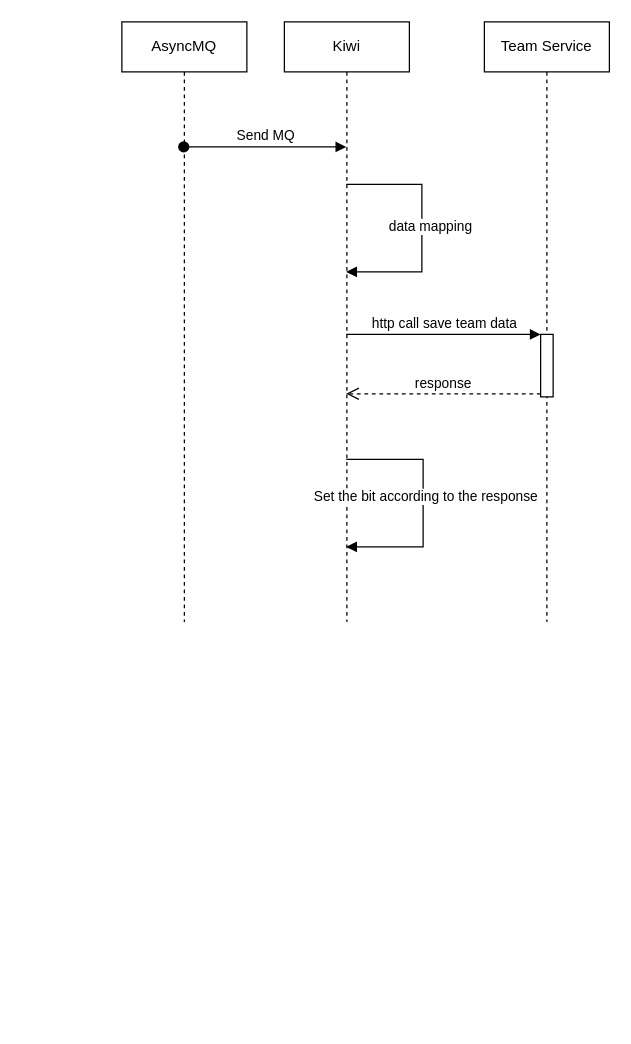
The draw.io diagram team migration phase 2.drawio in fengyouliang/drawio, before the edit. Source tidied: cells renumbered, new cells numbered last; positions are measured from the earlier drawing's top-left corner, leaving out a move shared by most shapes. Both pictures are drawn from the tidied source at 125%, with x=0, y=0 at pixel (121, 21).
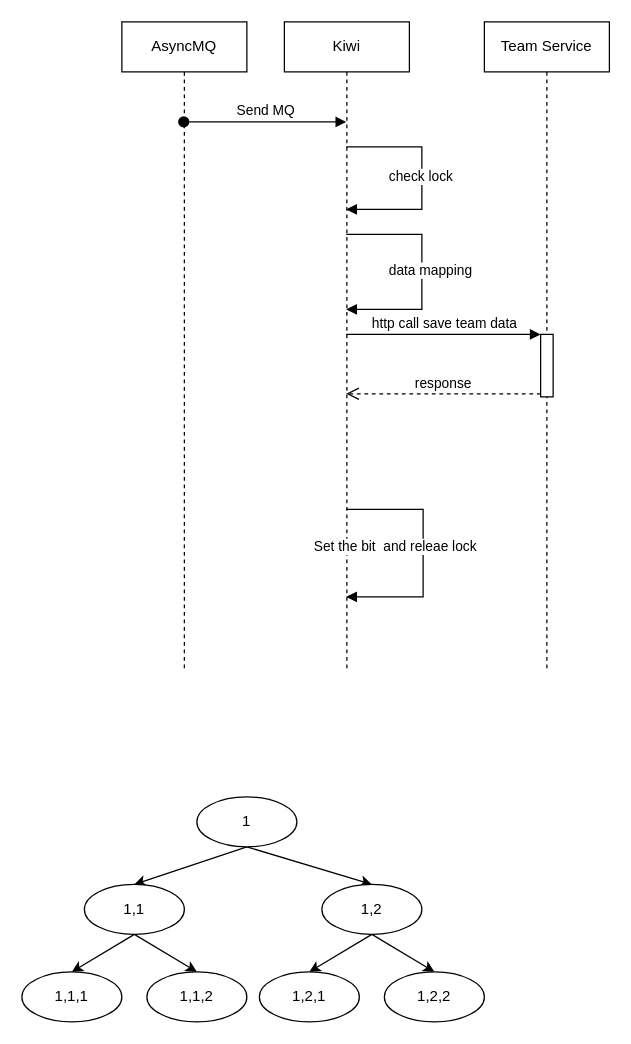
The same page after the edit.

Diff of the diagram source:
```diff
@@
     <mxCell id="2" value="AsyncMQ" style="shape=umlLifeline;perimeter=lifelinePerimeter;whiteSpace=wrap;html=1;outlineConnect=0;" parent="1" vertex="1">
-      <mxGeometry width="100" height="480" as="geometry" />
+      <mxGeometry width="100" height="520" as="geometry" />
     </mxCell>
     <mxCell id="3" value="Kiwi" style="shape=umlLifeline;perimeter=lifelinePerimeter;whiteSpace=wrap;html=1;outlineConnect=0;" parent="1" vertex="1">
-      <mxGeometry x="130" width="100" height="480" as="geometry" />
+      <mxGeometry x="130" width="100" height="520" as="geometry" />
     </mxCell>
     <mxCell id="4" value="Team Service" style="shape=umlLifeline;perimeter=lifelinePerimeter;whiteSpace=wrap;html=1;" parent="1" vertex="1">
-      <mxGeometry x="290" width="100" height="480" as="geometry" />
+      <mxGeometry x="290" width="100" height="520" as="geometry" />
     </mxCell>
@@
     <mxCell id="6" value="Send MQ" style="html=1;verticalAlign=bottom;startArrow=oval;startFill=1;endArrow=block;startSize=8;rounded=0;" parent="1" edge="1" source="2" target="3">
       <mxGeometry relative="1" as="geometry">
         <Array as="points">
-          <mxPoint x="100" y="100" />
+          <mxPoint x="90" y="80" />
         </Array>
       </mxGeometry>
     </mxCell>
     <mxCell id="7" value="data mapping" style="edgeStyle=orthogonalEdgeStyle;html=1;align=left;spacingLeft=2;endArrow=block;rounded=0;" parent="1" edge="1" source="3" target="3">
       <mxGeometry x="-0.03" y="-30" relative="1" as="geometry">
         <Array as="points">
-          <mxPoint x="240" y="130" />
-          <mxPoint x="240" y="200" />
+          <mxPoint x="240" y="170" />
+          <mxPoint x="240" y="230" />
         </Array>
         <mxPoint y="1" as="offset" />
       </mxGeometry>
     </mxCell>
@@
-    <mxCell id="10" value="Set the bit according to the response" style="edgeStyle=orthogonalEdgeStyle;html=1;align=left;spacingLeft=2;endArrow=block;rounded=0;" parent="1" edge="1" source="3" target="3">
+    <mxCell id="10" value="Set the bit&amp;nbsp; and releae lock" style="edgeStyle=orthogonalEdgeStyle;html=1;align=left;spacingLeft=2;endArrow=block;rounded=0;" parent="1" edge="1" source="3" target="3">
       <mxGeometry x="-1" y="-42" relative="1" as="geometry">
         <Array as="points">
-          <mxPoint x="241" y="350" />
-          <mxPoint x="241" y="420" />
+          <mxPoint x="241" y="390" />
+          <mxPoint x="241" y="460" />
         </Array>
         <mxPoint x="-30" y="-12" as="offset" />
       </mxGeometry>
     </mxCell>
+    <mxCell id="11" value="check lock" style="edgeStyle=orthogonalEdgeStyle;html=1;align=left;spacingLeft=2;endArrow=block;rounded=0;" parent="1" edge="1" source="3" target="3">
+      <mxGeometry x="-0.03" y="-30" relative="1" as="geometry">
+        <Array as="points">
+          <mxPoint x="240" y="100" />
+          <mxPoint x="240" y="150" />
+        </Array>
+        <mxPoint y="1" as="offset" />
+      </mxGeometry>
+    </mxCell>
+    <mxCell id="12" style="rounded=0;jettySize=auto;html=1;exitX=0.5;exitY=1;exitDx=0;exitDy=0;entryX=0.5;entryY=0;entryDx=0;entryDy=0;" parent="1" edge="1" source="14" target="20">
+      <mxGeometry relative="1" as="geometry" />
+    </mxCell>
+    <mxCell id="13" style="edgeStyle=none;rounded=0;jettySize=auto;html=1;exitX=0.5;exitY=1;exitDx=0;exitDy=0;entryX=0.5;entryY=0;entryDx=0;entryDy=0;" parent="1" edge="1" source="14" target="17">
+      <mxGeometry relative="1" as="geometry" />
+    </mxCell>
+    <mxCell id="14" value="1" style="ellipse;whiteSpace=wrap;html=1;" parent="1" vertex="1">
+      <mxGeometry x="60" y="620" width="80" height="40" as="geometry" />
+    </mxCell>
+    <mxCell id="15" style="edgeStyle=none;rounded=0;jettySize=auto;html=1;exitX=0.5;exitY=1;exitDx=0;exitDy=0;entryX=0.5;entryY=0;entryDx=0;entryDy=0;" parent="1" edge="1" source="17" target="21">
+      <mxGeometry relative="1" as="geometry" />
+    </mxCell>
+    <mxCell id="16" style="edgeStyle=none;rounded=0;jettySize=auto;html=1;exitX=0.5;exitY=1;exitDx=0;exitDy=0;entryX=0.5;entryY=0;entryDx=0;entryDy=0;" parent="1" edge="1" source="17" target="22">
+      <mxGeometry relative="1" as="geometry" />
+    </mxCell>
+    <mxCell id="17" value="1,1" style="ellipse;whiteSpace=wrap;html=1;" parent="1" vertex="1">
+      <mxGeometry x="-30" y="690" width="80" height="40" as="geometry" />
+    </mxCell>
+    <mxCell id="18" style="edgeStyle=none;rounded=0;jettySize=auto;html=1;exitX=0.5;exitY=1;exitDx=0;exitDy=0;entryX=0.5;entryY=0;entryDx=0;entryDy=0;" parent="1" edge="1" source="20" target="23">
+      <mxGeometry relative="1" as="geometry" />
+    </mxCell>
+    <mxCell id="19" style="edgeStyle=none;rounded=0;jettySize=auto;html=1;exitX=0.5;exitY=1;exitDx=0;exitDy=0;entryX=0.5;entryY=0;entryDx=0;entryDy=0;" parent="1" edge="1" source="20" target="24">
+      <mxGeometry relative="1" as="geometry" />
+    </mxCell>
+    <mxCell id="20" value="1,2" style="ellipse;whiteSpace=wrap;html=1;" parent="1" vertex="1">
+      <mxGeometry x="160" y="690" width="80" height="40" as="geometry" />
+    </mxCell>
+    <mxCell id="21" value="1,1,1" style="ellipse;whiteSpace=wrap;html=1;" parent="1" vertex="1">
+      <mxGeometry x="-80" y="760" width="80" height="40" as="geometry" />
+    </mxCell>
+    <mxCell id="22" value="1,1,2" style="ellipse;whiteSpace=wrap;html=1;" parent="1" vertex="1">
+      <mxGeometry x="20" y="760" width="80" height="40" as="geometry" />
+    </mxCell>
+    <mxCell id="23" value="1,2,1" style="ellipse;whiteSpace=wrap;html=1;" parent="1" vertex="1">
+      <mxGeometry x="110" y="760" width="80" height="40" as="geometry" />
+    </mxCell>
+    <mxCell id="24" value="1,2,2" style="ellipse;whiteSpace=wrap;html=1;" parent="1" vertex="1">
+      <mxGeometry x="210" y="760" width="80" height="40" as="geometry" />
+    </mxCell>
```
